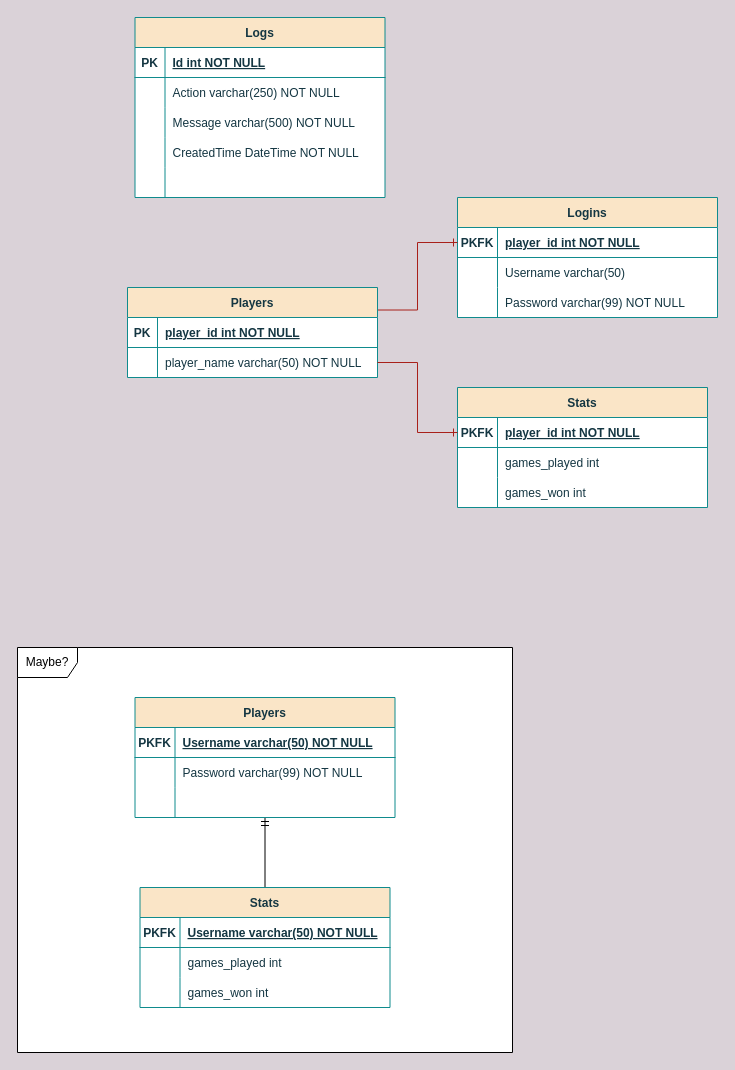
The draw.io diagram Diagrammer/Filer/Database Diagram.drawio in Olivervesth/KortKlubben, before the edit. Source tidied: cells renumbered, new cells numbered last; positions are measured from the earlier drawing's top-left corner, leaving out a move shared by most shapes. Both pictures are drawn from the tidied source at 100%, with x=0, y=0 at pixel (17, 17).
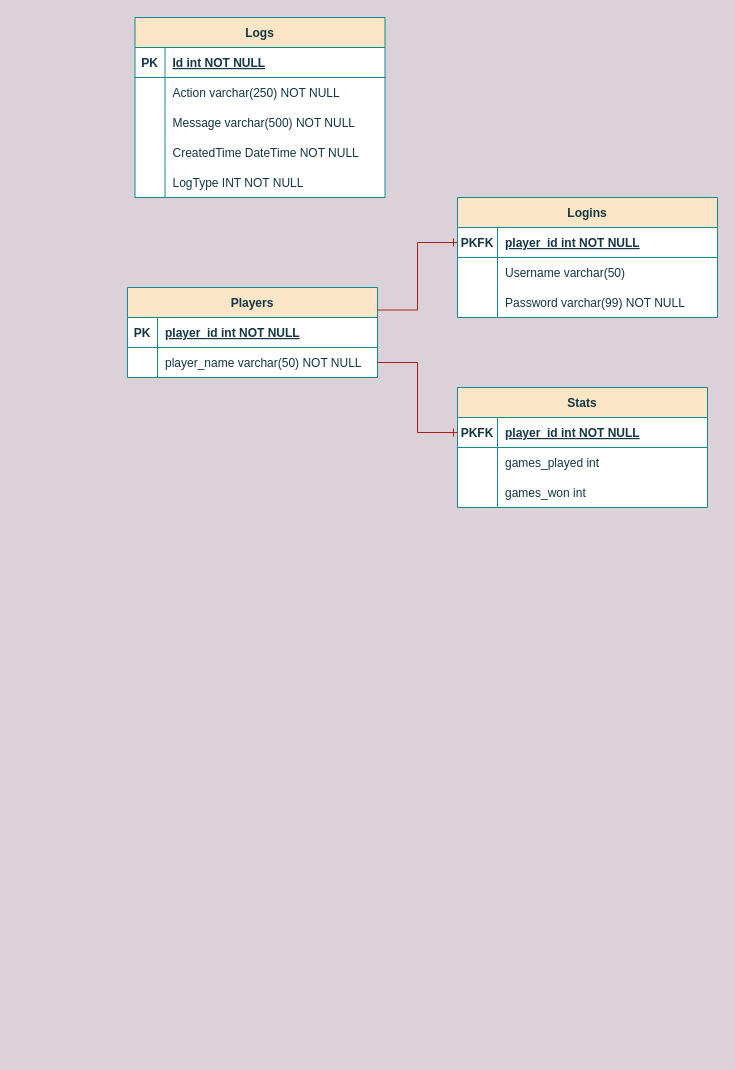
After the change.

Unchanged cells that the change refers to:
```xml
<mxCell id="45" style="shape=partialRectangle;fillColor=none;top=0;left=0;right=0;bottom=0;strokeColor=#0F8B8D;fontColor=#143642;" parent="32" vertex="1">
  <mxGeometry y="150" width="250" height="30" as="geometry" />
</mxCell>
```

Change to the diagram source:
```diff
@@
-    <mxCell id="2" value="Maybe?" style="shape=umlFrame;whiteSpace=wrap;html=1;swimlaneFillColor=default;" parent="1" vertex="1">
-      <mxGeometry y="630" width="495" height="405" as="geometry" />
-    </mxCell>
@@
-    <mxCell id="47" style="shape=partialRectangle;overflow=hidden;fillColor=none;top=0;left=0;bottom=0;right=0;align=left;spacingLeft=6;strokeColor=#0F8B8D;fontColor=#143642;" parent="45" vertex="1">
+    <mxCell id="47" value="LogType INT NOT NULL" style="shape=partialRectangle;overflow=hidden;fillColor=none;top=0;left=0;bottom=0;right=0;align=left;spacingLeft=6;strokeColor=#0F8B8D;fontColor=#143642;" parent="45" vertex="1">
       <mxGeometry x="30" width="220" height="30" as="geometry" />
     </mxCell>
-    <mxCell id="48" style="edgeStyle=orthogonalEdgeStyle;rounded=0;jettySize=auto;html=1;entryX=0.5;entryY=0;entryDx=0;entryDy=0;endArrow=none;endFill=0;startArrow=ERmandOne;startFill=0;" parent="1" edge="1" source="49" target="59">
-      <mxGeometry relative="1" as="geometry" />
-    </mxCell>
-    <mxCell id="49" value="Players" style="shape=table;startSize=30;childLayout=tableLayout;rowLines=0;fontStyle=1;align=center;rounded=0;shadow=0;sketch=0;labelBackgroundColor=none;labelBorderColor=none;fillColor=#FAE5C7;swimlaneFillColor=default;strokeColor=#0F8B8D;fontColor=#143642;" parent="1" vertex="1">
-      <mxGeometry x="117.5" y="680" width="260" height="120" as="geometry" />
-    </mxCell>
-    <mxCell id="50" style="shape=partialRectangle;fillColor=none;top=0;left=0;right=0;bottom=1;strokeColor=#0F8B8D;fontColor=#143642;" parent="49" vertex="1">
-      <mxGeometry y="30" width="260" height="30" as="geometry" />
-    </mxCell>
-    <mxCell id="51" value="PKFK" style="shape=partialRectangle;overflow=hidden;fillColor=none;top=0;left=0;bottom=0;right=0;fontStyle=1;strokeColor=#0F8B8D;fontColor=#143642;" parent="50" vertex="1">
-      <mxGeometry width="40" height="30" as="geometry" />
-    </mxCell>
-    <mxCell id="52" value="Username varchar(50) NOT NULL" style="shape=partialRectangle;overflow=hidden;fillColor=none;top=0;left=0;bottom=0;right=0;align=left;spacingLeft=6;fontStyle=5;strokeColor=#0F8B8D;fontColor=#143642;" parent="50" vertex="1">
-      <mxGeometry x="40" width="220" height="30" as="geometry" />
-    </mxCell>
-    <mxCell id="53" style="shape=partialRectangle;fillColor=none;top=0;left=0;right=0;bottom=0;strokeColor=#0F8B8D;fontColor=#143642;" parent="49" vertex="1">
-      <mxGeometry y="60" width="260" height="30" as="geometry" />
-    </mxCell>
-    <mxCell id="54" style="shape=partialRectangle;overflow=hidden;fillColor=none;top=0;left=0;bottom=0;right=0;strokeColor=#0F8B8D;fontColor=#143642;" parent="53" vertex="1">
-      <mxGeometry width="40" height="30" as="geometry" />
-    </mxCell>
-    <mxCell id="55" value="Password varchar(99) NOT NULL" style="shape=partialRectangle;overflow=hidden;fillColor=none;top=0;left=0;bottom=0;right=0;align=left;spacingLeft=6;strokeColor=#0F8B8D;fontColor=#143642;" parent="53" vertex="1">
-      <mxGeometry x="40" width="220" height="30" as="geometry" />
-    </mxCell>
-    <mxCell id="56" style="shape=partialRectangle;fillColor=none;top=0;left=0;right=0;bottom=0;strokeColor=#0F8B8D;fontColor=#143642;" parent="49" vertex="1">
-      <mxGeometry y="90" width="260" height="30" as="geometry" />
-    </mxCell>
-    <mxCell id="57" style="shape=partialRectangle;overflow=hidden;fillColor=none;top=0;left=0;bottom=0;right=0;strokeColor=#0F8B8D;fontColor=#143642;" parent="56" vertex="1">
-      <mxGeometry width="40" height="30" as="geometry" />
-    </mxCell>
-    <mxCell id="58" style="shape=partialRectangle;overflow=hidden;fillColor=none;top=0;left=0;bottom=0;right=0;align=left;spacingLeft=6;strokeColor=#0F8B8D;fontColor=#143642;" parent="56" vertex="1">
-      <mxGeometry x="40" width="220" height="30" as="geometry" />
-    </mxCell>
-    <mxCell id="59" value="Stats" style="shape=table;startSize=30;childLayout=tableLayout;rowLines=0;fontStyle=1;align=center;rounded=0;shadow=0;sketch=0;labelBackgroundColor=none;labelBorderColor=none;swimlaneFillColor=default;fillColor=#FAE5C7;strokeColor=#0F8B8D;fontColor=#143642;" parent="1" vertex="1">
-      <mxGeometry x="122.5" y="870" width="250" height="120" as="geometry" />
-    </mxCell>
-    <mxCell id="60" style="shape=partialRectangle;fillColor=none;top=0;left=0;right=0;bottom=1;strokeColor=#0F8B8D;fontColor=#143642;" parent="59" vertex="1">
-      <mxGeometry y="30" width="250" height="30" as="geometry" />
-    </mxCell>
-    <mxCell id="61" value="PKFK" style="shape=partialRectangle;overflow=hidden;fillColor=none;top=0;left=0;bottom=0;right=0;fontStyle=1;strokeColor=#0F8B8D;fontColor=#143642;" parent="60" vertex="1">
-      <mxGeometry width="40" height="30" as="geometry" />
-    </mxCell>
-    <mxCell id="62" value="Username varchar(50) NOT NULL" style="shape=partialRectangle;overflow=hidden;fillColor=none;top=0;left=0;bottom=0;right=0;align=left;spacingLeft=6;fontStyle=5;strokeColor=#0F8B8D;fontColor=#143642;" parent="60" vertex="1">
-      <mxGeometry x="40" width="210" height="30" as="geometry" />
-    </mxCell>
-    <mxCell id="63" style="shape=partialRectangle;fillColor=none;top=0;left=0;right=0;bottom=0;strokeColor=#0F8B8D;fontColor=#143642;" parent="59" vertex="1">
-      <mxGeometry y="60" width="250" height="30" as="geometry" />
-    </mxCell>
-    <mxCell id="64" style="shape=partialRectangle;overflow=hidden;fillColor=none;top=0;left=0;bottom=0;right=0;strokeColor=#0F8B8D;fontColor=#143642;" parent="63" vertex="1">
-      <mxGeometry width="40" height="30" as="geometry" />
-    </mxCell>
-    <mxCell id="65" value="games_played int " style="shape=partialRectangle;overflow=hidden;fillColor=none;top=0;left=0;bottom=0;right=0;align=left;spacingLeft=6;strokeColor=#0F8B8D;fontColor=#143642;" parent="63" vertex="1">
-      <mxGeometry x="40" width="210" height="30" as="geometry" />
-    </mxCell>
-    <mxCell id="66" style="shape=partialRectangle;fillColor=none;top=0;left=0;right=0;bottom=0;strokeColor=#0F8B8D;fontColor=#143642;" parent="59" vertex="1">
-      <mxGeometry y="90" width="250" height="30" as="geometry" />
-    </mxCell>
-    <mxCell id="67" style="shape=partialRectangle;overflow=hidden;fillColor=none;top=0;left=0;bottom=0;right=0;strokeColor=#0F8B8D;fontColor=#143642;" parent="66" vertex="1">
-      <mxGeometry width="40" height="30" as="geometry" />
-    </mxCell>
-    <mxCell id="68" value="games_won int" style="shape=partialRectangle;overflow=hidden;fillColor=none;top=0;left=0;bottom=0;right=0;align=left;spacingLeft=6;strokeColor=#0F8B8D;fontColor=#143642;" parent="66" vertex="1">
-      <mxGeometry x="40" width="210" height="30" as="geometry" />
-    </mxCell>
```
